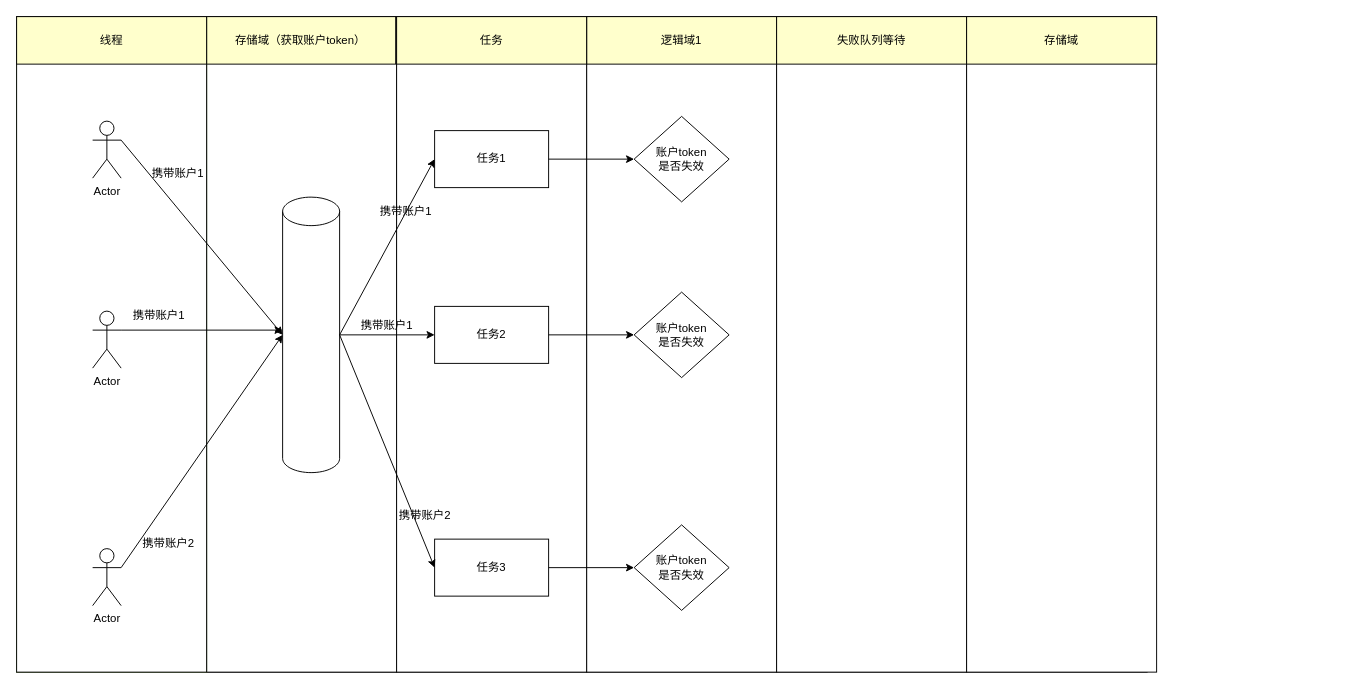
xccsoftware/bootStrap keeps this draw.io diagram as 未命名绘图.drawio. Above is the earlier version. Source tidied: cells renumbered, new cells numbered last; positions are measured from the earlier drawing's top-left corner, leaving out a move shared by most shapes. Both pictures are drawn from the tidied source at 95%, with x=0, y=0 at pixel (16, 16).
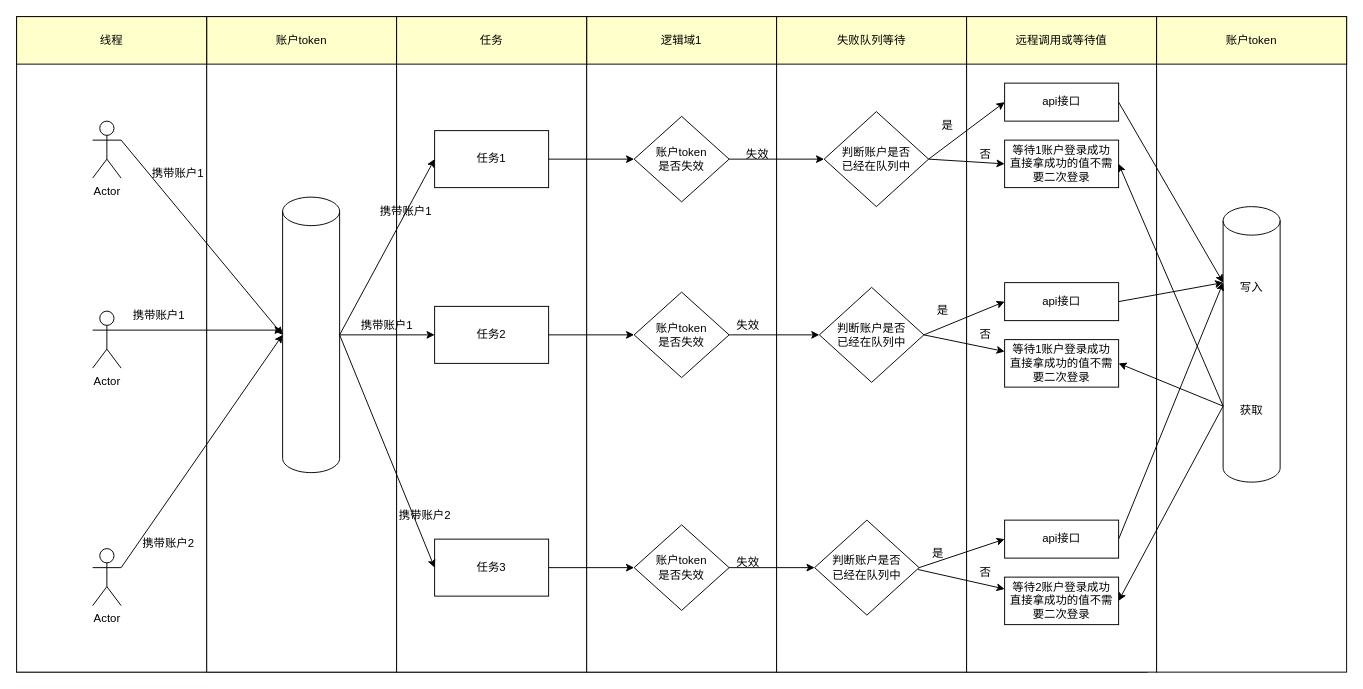
Above is the later version.

Commit message:
360token存储获取策略.drawio

Unchanged cells that the change refers to:
```xml
<mxCell id="3" style="group;" parent="1" vertex="1">
  <mxGeometry x="200" width="200" height="690" as="geometry" />
</mxCell>
<mxCell id="7" style="group;" parent="1" vertex="1">
  <mxGeometry x="600" width="200" height="690" as="geometry" />
</mxCell>
<mxCell id="10" value="账户token&lt;br&gt;是否失效" style="rhombus;whiteSpace=wrap;html=1;fillColor=#FFFFFF;gradientColor=none;" parent="7" vertex="1">
  <mxGeometry x="50" y="105" width="100" height="90" as="geometry" />
</mxCell>
<mxCell id="11" value="账户token&lt;br&gt;是否失效" style="rhombus;whiteSpace=wrap;html=1;fillColor=#FFFFFF;gradientColor=none;" parent="7" vertex="1">
  <mxGeometry x="50" y="290" width="100" height="90" as="geometry" />
</mxCell>
<mxCell id="12" value="账户token&lt;br&gt;是否失效" style="rhombus;whiteSpace=wrap;html=1;fillColor=#FFFFFF;gradientColor=none;" parent="7" vertex="1">
  <mxGeometry x="50" y="535" width="100" height="90" as="geometry" />
</mxCell>
<mxCell id="13" style="group;" parent="1" vertex="1">
  <mxGeometry x="800" width="200" height="690" as="geometry" />
</mxCell>
<mxCell id="16" style="group;" parent="1" vertex="1">
  <mxGeometry x="1000" width="200" height="690" as="geometry" />
</mxCell>
```

Change to the diagram source:
```diff
@@
-    <mxCell id="5" value="存储域（获取账户token）" style="rounded=0;whiteSpace=wrap;html=1;fillColor=#FFFFCC;" parent="3" vertex="1">
-      <mxGeometry x="-1" width="200" height="50" as="geometry" />
-    </mxCell>
@@
+    <mxCell id="45" value="账户token" style="rounded=0;whiteSpace=wrap;html=1;fillColor=#FFFFCC;" parent="3" vertex="1">
+      <mxGeometry width="200" height="50" as="geometry" />
+    </mxCell>
@@
+    <mxCell id="46" value="失效" style="text;html=1;strokeColor=none;fillColor=none;align=center;verticalAlign=middle;whiteSpace=wrap;rounded=0;" parent="7" vertex="1">
+      <mxGeometry x="140" y="310" width="60" height="30" as="geometry" />
+    </mxCell>
+    <mxCell id="47" value="失效" style="text;html=1;strokeColor=none;fillColor=none;align=center;verticalAlign=middle;whiteSpace=wrap;rounded=0;" parent="7" vertex="1">
+      <mxGeometry x="140" y="560" width="60" height="30" as="geometry" />
+    </mxCell>
@@
+    <mxCell id="48" value="判断账户是否&lt;br&gt;已经在队列中" style="rhombus;whiteSpace=wrap;html=1;fillColor=#FFFFFF;gradientColor=none;" parent="13" vertex="1">
+      <mxGeometry x="50" y="100" width="110" height="100" as="geometry" />
+    </mxCell>
+    <mxCell id="49" value="判断账户是否&lt;br&gt;已经在队列中" style="rhombus;whiteSpace=wrap;html=1;fillColor=#FFFFFF;gradientColor=none;" parent="13" vertex="1">
+      <mxGeometry x="45" y="285" width="110" height="100" as="geometry" />
+    </mxCell>
+    <mxCell id="50" value="判断账户是否&lt;br&gt;已经在队列中" style="rhombus;whiteSpace=wrap;html=1;fillColor=#FFFFFF;gradientColor=none;" parent="13" vertex="1">
+      <mxGeometry x="40" y="530" width="110" height="100" as="geometry" />
+    </mxCell>
+    <mxCell id="51" value="失效" style="text;html=1;strokeColor=none;fillColor=none;align=center;verticalAlign=middle;whiteSpace=wrap;rounded=0;" parent="13" vertex="1">
+      <mxGeometry x="-50" y="130" width="60" height="30" as="geometry" />
+    </mxCell>
+    <mxCell id="52" value="是" style="text;html=1;strokeColor=none;fillColor=none;align=center;verticalAlign=middle;whiteSpace=wrap;rounded=0;" parent="13" vertex="1">
+      <mxGeometry x="150" y="300" width="50" height="20" as="geometry" />
+    </mxCell>
+    <mxCell id="53" value="是" style="text;html=1;strokeColor=none;fillColor=none;align=center;verticalAlign=middle;whiteSpace=wrap;rounded=0;" parent="13" vertex="1">
+      <mxGeometry x="140" y="550" width="60" height="30" as="geometry" />
+    </mxCell>
@@
-    <mxCell id="18" value="存储域" style="rounded=0;whiteSpace=wrap;html=1;fillColor=#FFFFCC;" parent="16" vertex="1">
+    <mxCell id="18" value="远程调用或等待值" style="rounded=0;whiteSpace=wrap;html=1;fillColor=#FFFFCC;" parent="16" vertex="1">
       <mxGeometry width="200" height="50" as="geometry" />
     </mxCell>
+    <mxCell id="54" value="api接口" style="rounded=0;whiteSpace=wrap;html=1;fillColor=#FFFFFF;gradientColor=none;" parent="16" vertex="1">
+      <mxGeometry x="40" y="70" width="120" height="40" as="geometry" />
+    </mxCell>
+    <mxCell id="55" value="等待1账户登录成功&lt;br&gt;直接拿成功的值不需要二次登录" style="rounded=0;whiteSpace=wrap;html=1;fillColor=#FFFFFF;gradientColor=none;" parent="16" vertex="1">
+      <mxGeometry x="40" y="130" width="120" height="50" as="geometry" />
+    </mxCell>
+    <mxCell id="56" value="是" style="text;html=1;strokeColor=none;fillColor=none;align=center;verticalAlign=middle;whiteSpace=wrap;rounded=0;" parent="16" vertex="1">
+      <mxGeometry x="-50" y="100" width="60" height="30" as="geometry" />
+    </mxCell>
+    <mxCell id="57" value="api接口" style="rounded=0;whiteSpace=wrap;html=1;fillColor=#FFFFFF;gradientColor=none;" parent="16" vertex="1">
+      <mxGeometry x="40" y="280" width="120" height="40" as="geometry" />
+    </mxCell>
+    <mxCell id="58" value="api接口" style="rounded=0;whiteSpace=wrap;html=1;fillColor=#FFFFFF;gradientColor=none;" parent="16" vertex="1">
+      <mxGeometry x="40" y="530" width="120" height="40" as="geometry" />
+    </mxCell>
+    <mxCell id="59" value="否" style="text;html=1;strokeColor=none;fillColor=none;align=center;verticalAlign=middle;whiteSpace=wrap;rounded=0;" parent="16" vertex="1">
+      <mxGeometry x="-10" y="130" width="60" height="30" as="geometry" />
+    </mxCell>
+    <mxCell id="60" value="等待1账户登录成功&lt;br&gt;直接拿成功的值不需要二次登录" style="rounded=0;whiteSpace=wrap;html=1;fillColor=#FFFFFF;gradientColor=none;" parent="16" vertex="1">
+      <mxGeometry x="40" y="340" width="120" height="50" as="geometry" />
+    </mxCell>
+    <mxCell id="61" value="等待2账户登录成功&lt;br&gt;直接拿成功的值不需要二次登录" style="rounded=0;whiteSpace=wrap;html=1;fillColor=#FFFFFF;gradientColor=none;" parent="16" vertex="1">
+      <mxGeometry x="40" y="590" width="120" height="50" as="geometry" />
+    </mxCell>
+    <mxCell id="62" value="否" style="text;html=1;strokeColor=none;fillColor=none;align=center;verticalAlign=middle;whiteSpace=wrap;rounded=0;" parent="16" vertex="1">
+      <mxGeometry x="-10" y="320" width="60" height="30" as="geometry" />
+    </mxCell>
+    <mxCell id="63" value="否" style="text;html=1;strokeColor=none;fillColor=none;align=center;verticalAlign=middle;whiteSpace=wrap;rounded=0;" parent="16" vertex="1">
+      <mxGeometry x="-10" y="570" width="60" height="30" as="geometry" />
+    </mxCell>
@@
+    <mxCell id="64" style="endArrow=classic;html=1;rounded=0;exitX=1;exitY=0.5;exitDx=0;exitDy=0;entryX=0;entryY=0.5;entryDx=0;entryDy=0;" parent="1" edge="1" source="10" target="48">
+      <mxGeometry relative="1" as="geometry" />
+    </mxCell>
+    <mxCell id="65" style="endArrow=classic;html=1;rounded=0;exitX=1;exitY=0.5;exitDx=0;exitDy=0;entryX=0;entryY=0.5;entryDx=0;entryDy=0;" parent="1" edge="1" source="11" target="49">
+      <mxGeometry relative="1" as="geometry" />
+    </mxCell>
+    <mxCell id="66" style="endArrow=classic;html=1;rounded=0;exitX=1;exitY=0.5;exitDx=0;exitDy=0;entryX=0;entryY=0.5;entryDx=0;entryDy=0;" parent="1" edge="1" source="12" target="50">
+      <mxGeometry relative="1" as="geometry" />
+    </mxCell>
+    <mxCell id="67" style="endArrow=classic;html=1;rounded=0;exitX=1;exitY=0.5;exitDx=0;exitDy=0;entryX=0;entryY=0.5;entryDx=0;entryDy=0;" parent="1" edge="1" source="48" target="54">
+      <mxGeometry relative="1" as="geometry" />
+    </mxCell>
+    <mxCell id="68" style="rounded=0;whiteSpace=wrap;html=1;" parent="1" vertex="1">
+      <mxGeometry x="1200" width="200" height="690" as="geometry" />
+    </mxCell>
+    <mxCell id="69" value="账户token" style="rounded=0;whiteSpace=wrap;html=1;fillColor=#FFFFCC;" parent="1" vertex="1">
+      <mxGeometry x="1200" width="200" height="50" as="geometry" />
+    </mxCell>
+    <mxCell id="70" style="shape=cylinder3;whiteSpace=wrap;html=1;boundedLbl=1;backgroundOutline=1;size=15;fillColor=#FFFFFF;gradientColor=none;" parent="1" vertex="1">
+      <mxGeometry x="1270" y="200" width="60" height="290" as="geometry" />
+    </mxCell>
+    <mxCell id="71" style="endArrow=classic;html=1;rounded=0;entryX=0;entryY=0;entryDx=0;entryDy=80;entryPerimeter=0;exitX=1;exitY=0.5;exitDx=0;exitDy=0;" parent="1" edge="1" source="54" target="70">
+      <mxGeometry relative="1" as="geometry" />
+    </mxCell>
+    <mxCell id="72" style="endArrow=classic;html=1;rounded=0;exitX=1;exitY=0.5;exitDx=0;exitDy=0;entryX=0;entryY=0.5;entryDx=0;entryDy=0;" parent="1" edge="1" source="49" target="57">
+      <mxGeometry relative="1" as="geometry" />
+    </mxCell>
+    <mxCell id="73" style="endArrow=classic;html=1;rounded=0;exitX=1;exitY=0.5;exitDx=0;exitDy=0;entryX=0;entryY=0.5;entryDx=0;entryDy=0;" parent="1" edge="1" source="50" target="58">
+      <mxGeometry relative="1" as="geometry" />
+    </mxCell>
+    <mxCell id="74" style="endArrow=classic;html=1;rounded=0;exitX=1;exitY=0.5;exitDx=0;exitDy=0;" parent="1" edge="1" source="57">
+      <mxGeometry relative="1" as="geometry">
+        <mxPoint x="1270" y="280" as="targetPoint" />
+      </mxGeometry>
+    </mxCell>
+    <mxCell id="75" style="endArrow=classic;html=1;rounded=0;exitX=1;exitY=0.5;exitDx=0;exitDy=0;entryX=0;entryY=0;entryDx=0;entryDy=80;entryPerimeter=0;" parent="1" edge="1" source="58" target="70">
+      <mxGeometry relative="1" as="geometry" />
+    </mxCell>
+    <mxCell id="76" style="endArrow=classic;html=1;rounded=0;exitX=1;exitY=0.5;exitDx=0;exitDy=0;entryX=0;entryY=0.5;entryDx=0;entryDy=0;" parent="1" edge="1" source="48" target="55">
+      <mxGeometry relative="1" as="geometry" />
+    </mxCell>
+    <mxCell id="77" style="endArrow=classic;html=1;rounded=0;exitX=1;exitY=0.5;exitDx=0;exitDy=0;entryX=0;entryY=0.25;entryDx=0;entryDy=0;" parent="1" edge="1" source="49" target="60">
+      <mxGeometry relative="1" as="geometry" />
+    </mxCell>
+    <mxCell id="78" style="endArrow=classic;html=1;rounded=0;exitX=0.15;exitY=1.067;exitDx=0;exitDy=0;exitPerimeter=0;entryX=0;entryY=0.25;entryDx=0;entryDy=0;" parent="1" edge="1" source="53" target="61">
+      <mxGeometry relative="1" as="geometry" />
+    </mxCell>
+    <mxCell id="79" style="endArrow=classic;html=1;rounded=0;exitX=0;exitY=0;exitDx=0;exitDy=210;exitPerimeter=0;entryX=1;entryY=0.5;entryDx=0;entryDy=0;" parent="1" edge="1" source="70" target="55">
+      <mxGeometry relative="1" as="geometry" />
+    </mxCell>
+    <mxCell id="80" value="写入" style="text;html=1;strokeColor=none;fillColor=none;align=center;verticalAlign=middle;whiteSpace=wrap;rounded=0;" parent="1" vertex="1">
+      <mxGeometry x="1270" y="270" width="60" height="30" as="geometry" />
+    </mxCell>
+    <mxCell id="81" style="endArrow=classic;html=1;rounded=0;exitX=0;exitY=0;exitDx=0;exitDy=210;exitPerimeter=0;entryX=1;entryY=0.5;entryDx=0;entryDy=0;" parent="1" edge="1" source="70" target="60">
+      <mxGeometry relative="1" as="geometry" />
+    </mxCell>
+    <mxCell id="82" style="endArrow=classic;html=1;rounded=0;exitX=0;exitY=0;exitDx=0;exitDy=210;exitPerimeter=0;entryX=1;entryY=0.5;entryDx=0;entryDy=0;" parent="1" edge="1" source="70" target="61">
+      <mxGeometry relative="1" as="geometry" />
+    </mxCell>
+    <mxCell id="83" value="获取" style="text;html=1;strokeColor=none;fillColor=none;align=center;verticalAlign=middle;whiteSpace=wrap;rounded=0;" parent="1" vertex="1">
+      <mxGeometry x="1270" y="400" width="60" height="30" as="geometry" />
+    </mxCell>
```
